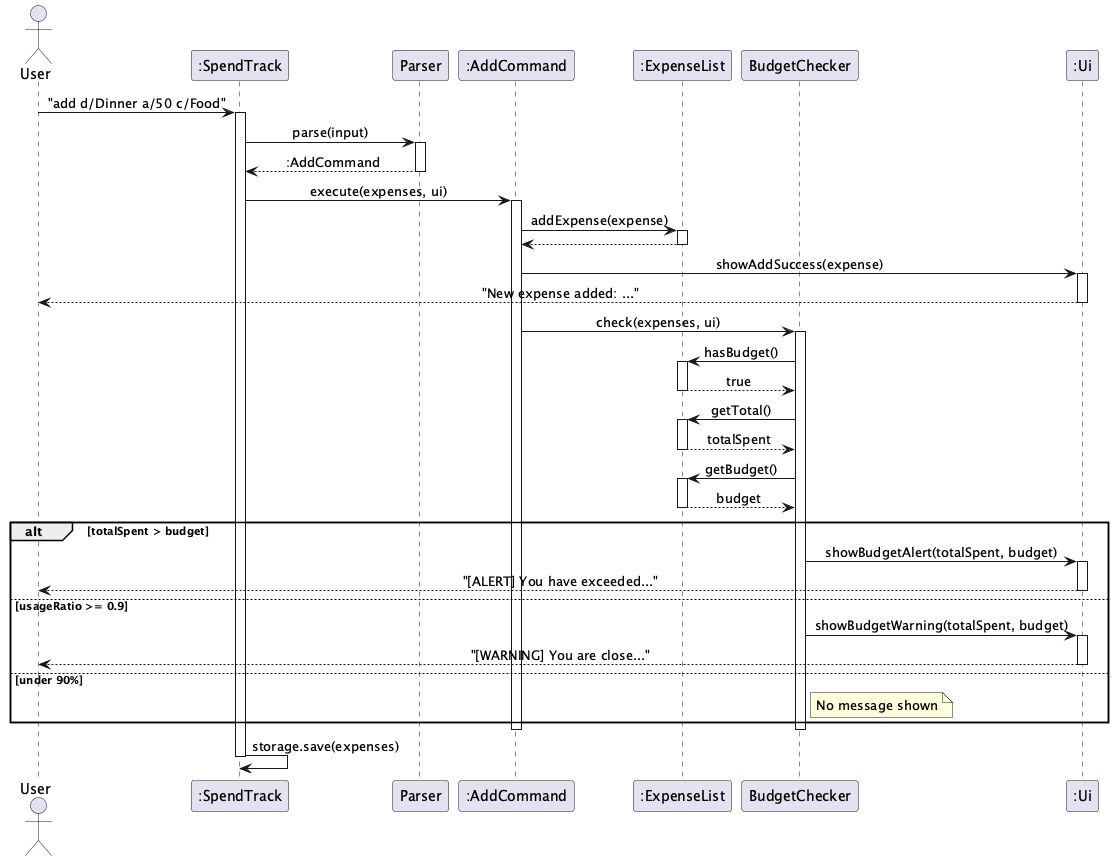
Earlier version of the PlantUML export docs/images/BudgetAlertSequence.png (AbhijitBalajee/tp).
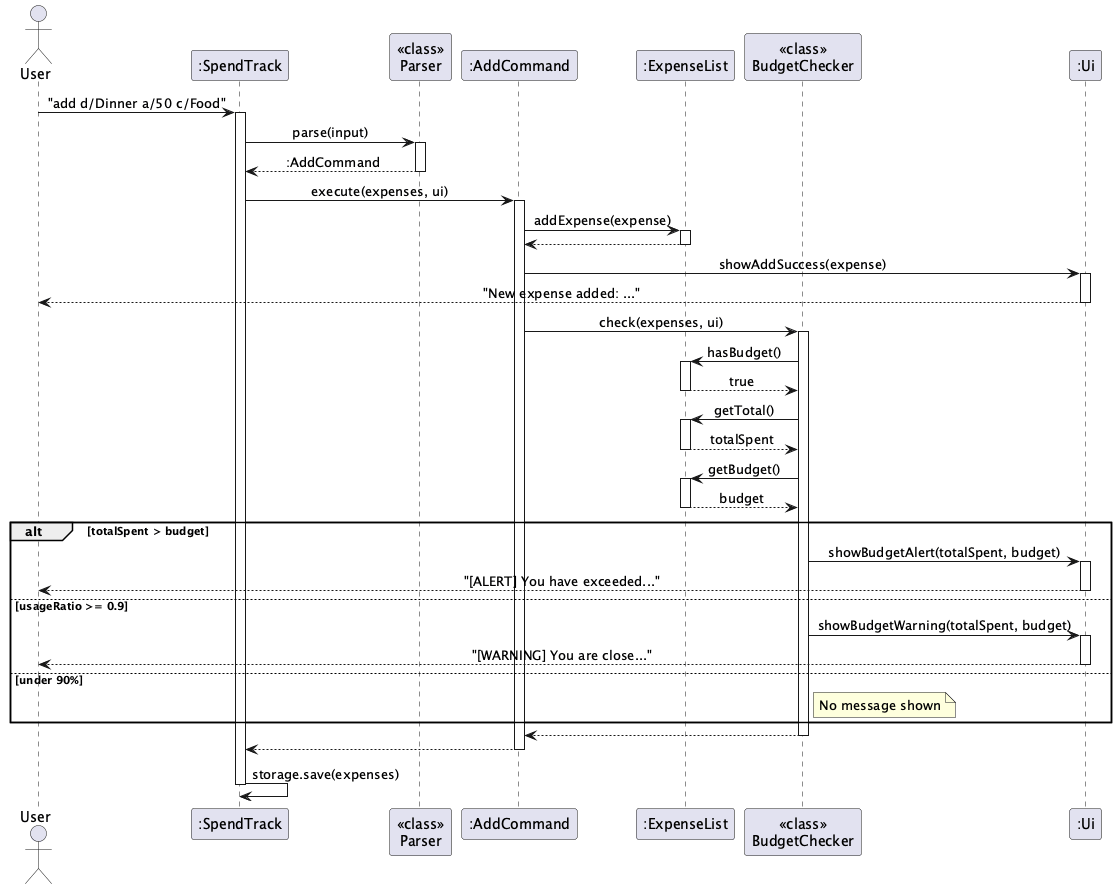
The same file after the commit.

The edit, as a diff of the source:
```diff
@@ -5,10 +5,10 @@
 
 actor User
 participant ":SpendTrack" as ST
-participant "Parser" as P
+participant "<<class>>\nParser" as P
 participant ":AddCommand" as AC
 participant ":ExpenseList" as EL
-participant "BudgetChecker" as BC
+participant "<<class>>\nBudgetChecker" as BC
 participant ":Ui" as UI
 
 User -> ST : "add d/Dinner a/50 c/Food"
@@ -61,7 +61,9 @@
     note right of BC : No message shown
 end
 
+BC --> AC
 deactivate BC
+AC --> ST
 deactivate AC
 
 ST -> ST : storage.save(expenses)
```
